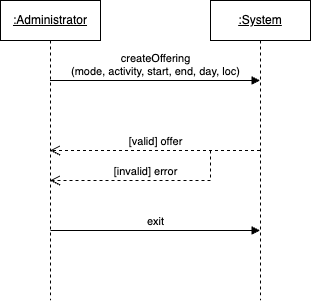
Before: UC-01/system-sequence-diagrams/ssd-01.PNG, a diagram exported from draw.io (Verdone/soen342). Source tidied: cells renumbered, new cells last; positions are measured from the earlier drawing's top-left corner, leaving out a move shared by most shapes. Source of this version:
```xml
<mxGraphModel>
  <root>
    <mxCell id="0" />
    <mxCell id="1" parent="0" />
    <mxCell id="2" value="&lt;u&gt;:Administrator&lt;/u&gt;" style="shape=umlLifeline;perimeter=lifelinePerimeter;whiteSpace=wrap;html=1;outlineConnect=0;portConstraint=eastwest;newEdgeStyle={&quot;curved&quot;:0,&quot;rounded&quot;:0};" parent="1" vertex="1">
      <mxGeometry width="100" height="300" as="geometry" />
    </mxCell>
    <mxCell id="3" value="&lt;u&gt;:System&lt;/u&gt;" style="shape=umlLifeline;perimeter=lifelinePerimeter;whiteSpace=wrap;html=1;outlineConnect=0;portConstraint=eastwest;newEdgeStyle={&quot;curved&quot;:0,&quot;rounded&quot;:0};" parent="1" vertex="1">
      <mxGeometry x="210" width="100" height="300" as="geometry" />
    </mxCell>
    <mxCell id="4" value="createOffering&lt;div&gt;(mode, activity, start, end, day, loc)&lt;/div&gt;" style="html=1;verticalAlign=bottom;endArrow=block;curved=0;rounded=0;" parent="1" edge="1">
      <mxGeometry relative="1" as="geometry">
        <mxPoint x="49.5" y="80" as="sourcePoint" />
        <mxPoint x="259.5" y="80" as="targetPoint" />
      </mxGeometry>
    </mxCell>
    <mxCell id="5" value="[valid] offer" style="html=1;verticalAlign=bottom;endArrow=open;dashed=1;endSize=8;curved=0;rounded=0;" parent="1" edge="1" source="3" target="2">
      <mxGeometry relative="1" as="geometry" />
    </mxCell>
    <mxCell id="6" value="[invalid] error" style="html=1;verticalAlign=bottom;endArrow=open;dashed=1;endSize=8;curved=0;rounded=0;" parent="1" edge="1" target="2">
      <mxGeometry relative="1" as="geometry">
        <mxPoint x="210" y="150" as="sourcePoint" />
        <Array as="points">
          <mxPoint x="210" y="180" />
        </Array>
      </mxGeometry>
    </mxCell>
    <mxCell id="7" value="exit" style="html=1;verticalAlign=bottom;endArrow=block;curved=0;rounded=0;" parent="1" edge="1" target="3">
      <mxGeometry relative="1" as="geometry">
        <mxPoint x="50" y="230" as="sourcePoint" />
      </mxGeometry>
    </mxCell>
  </root>
</mxGraphModel>
```
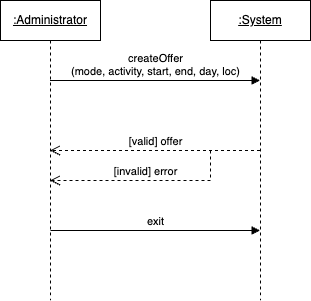
The same file after the commit.

The edit, as a diff of the source:
```diff
@@ -8,7 +8,7 @@
     <mxCell id="3" value="&lt;u&gt;:System&lt;/u&gt;" style="shape=umlLifeline;perimeter=lifelinePerimeter;whiteSpace=wrap;html=1;outlineConnect=0;portConstraint=eastwest;newEdgeStyle={&quot;curved&quot;:0,&quot;rounded&quot;:0};" parent="1" vertex="1">
       <mxGeometry x="210" width="100" height="300" as="geometry" />
     </mxCell>
-    <mxCell id="4" value="createOffering&lt;div&gt;(mode, activity, start, end, day, loc)&lt;/div&gt;" style="html=1;verticalAlign=bottom;endArrow=block;curved=0;rounded=0;" parent="1" edge="1">
+    <mxCell id="4" value="createOffer&lt;div&gt;(mode, activity, start, end, day, loc)&lt;/div&gt;" style="html=1;verticalAlign=bottom;endArrow=block;curved=0;rounded=0;" parent="1" edge="1">
       <mxGeometry relative="1" as="geometry">
         <mxPoint x="49.5" y="80" as="sourcePoint" />
         <mxPoint x="259.5" y="80" as="targetPoint" />
```
